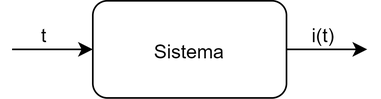
Before: report_pt_br/diagramas/RL_Circuit_interpolation_system.png, a diagram exported from draw.io (eduardorehbein/PINN-for-a-simple-case). Source tidied: cells renumbered, new cells last; positions are measured from the earlier drawing's top-left corner, leaving out a move shared by most shapes. Its diagram source:
```xml
<mxGraphModel>
  <root>
    <mxCell id="0" />
    <mxCell id="1" parent="0" />
    <mxCell id="2" value="Sistema" style="rounded=1;whiteSpace=wrap;html=1;" parent="1" vertex="1">
      <mxGeometry x="50" width="120" height="60" as="geometry" />
    </mxCell>
    <mxCell id="3" style="endArrow=classic;html=1;entryX=0;entryY=0.5;entryDx=0;entryDy=0;exitX=0;exitY=1;exitDx=0;exitDy=0;" parent="1" edge="1" source="5" target="2">
      <mxGeometry relative="1" as="geometry" />
    </mxCell>
    <mxCell id="4" style="endArrow=classic;html=1;exitX=1;exitY=0.5;exitDx=0;exitDy=0;" parent="1" edge="1" source="2">
      <mxGeometry relative="1" as="geometry">
        <mxPoint x="220" y="30" as="targetPoint" />
      </mxGeometry>
    </mxCell>
    <mxCell id="5" value="t" style="text;html=1;strokeColor=none;fillColor=none;align=center;verticalAlign=middle;whiteSpace=wrap;rounded=0;" parent="1" vertex="1">
      <mxGeometry y="10" width="40" height="20" as="geometry" />
    </mxCell>
    <mxCell id="6" value="i(t)" style="text;html=1;strokeColor=none;fillColor=none;align=center;verticalAlign=middle;whiteSpace=wrap;rounded=0;" parent="1" vertex="1">
      <mxGeometry x="173.3" y="10" width="40" height="20" as="geometry" />
    </mxCell>
  </root>
</mxGraphModel>
```
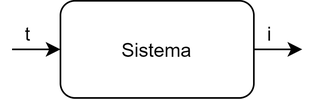
Above is the later version.

Commit message:
RL Circuit interpolation system image update

The edit, as a diff of the source:
```diff
@@ -10,14 +10,14 @@
     </mxCell>
     <mxCell id="4" style="endArrow=classic;html=1;exitX=1;exitY=0.5;exitDx=0;exitDy=0;" parent="1" edge="1" source="2">
       <mxGeometry relative="1" as="geometry">
-        <mxPoint x="220" y="30" as="targetPoint" />
+        <mxPoint x="200" y="30" as="targetPoint" />
       </mxGeometry>
     </mxCell>
     <mxCell id="5" value="t" style="text;html=1;strokeColor=none;fillColor=none;align=center;verticalAlign=middle;whiteSpace=wrap;rounded=0;" parent="1" vertex="1">
-      <mxGeometry y="10" width="40" height="20" as="geometry" />
+      <mxGeometry x="20" y="10" width="20" height="20" as="geometry" />
     </mxCell>
-    <mxCell id="6" value="i(t)" style="text;html=1;strokeColor=none;fillColor=none;align=center;verticalAlign=middle;whiteSpace=wrap;rounded=0;" parent="1" vertex="1">
-      <mxGeometry x="173.3" y="10" width="40" height="20" as="geometry" />
+    <mxCell id="6" value="i" style="text;html=1;strokeColor=none;fillColor=none;align=center;verticalAlign=middle;whiteSpace=wrap;rounded=0;" parent="1" vertex="1">
+      <mxGeometry x="170" y="10" width="20" height="20" as="geometry" />
     </mxCell>
   </root>
 </mxGraphModel>
```
